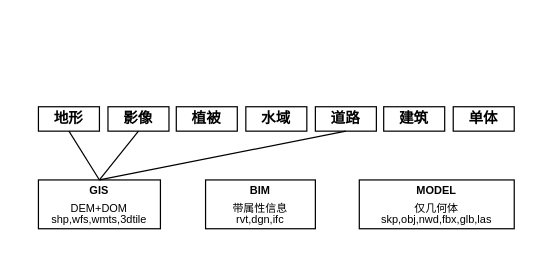
This is 未命名绘图.drawio from Elden-Niu/personal, a draw.io file, before an edit. Source tidied: cells renumbered, new cells numbered last; positions are measured from the earlier drawing's top-left corner, leaving out a move shared by most shapes. Both pictures are drawn from the tidied source at 122%, with x=0, y=0 at pixel (38, 106).
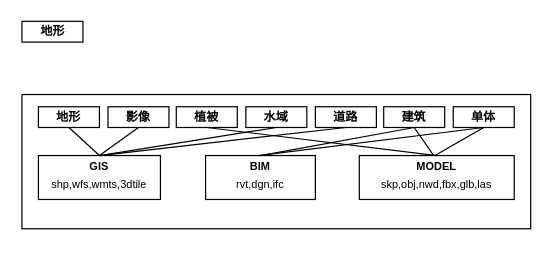
The same page after the edit.

Commit message (it also covers changes not shown here):
更新未命名绘图.drawio

Change to the diagram source:
```diff
@@
+    <mxCell id="15" style="rounded=0;whiteSpace=wrap;html=1;" parent="1" vertex="1">
+      <mxGeometry x="-13.5" y="-10" width="417" height="110" as="geometry" />
+    </mxCell>
-    <mxCell id="2" value="&lt;h1 style=&quot;margin-top: 0px; font-size: 9px; line-height: 100%;&quot;&gt;BIM&lt;/h1&gt;&lt;div style=&quot;font-size: 9px; line-height: 100%;&quot;&gt;&lt;font style=&quot;font-size: 9px;&quot;&gt;带属性信息&lt;/font&gt;&lt;/div&gt;&lt;div style=&quot;font-size: 9px; line-height: 100%;&quot;&gt;&lt;font style=&quot;font-size: 9px;&quot;&gt;rvt,dgn,ifc&lt;/font&gt;&lt;/div&gt;" style="text;html=1;whiteSpace=wrap;overflow=hidden;rounded=0;align=center;strokeColor=default;fillColor=none;fontSize=9;spacing=0;" parent="1" vertex="1">
-      <mxGeometry x="137" y="60" width="90" height="40" as="geometry" />
+    <mxCell id="2" value="&lt;h1 style=&quot;margin-top: 0px; font-size: 9px; line-height: 100%;&quot;&gt;BIM&lt;/h1&gt;&lt;div style=&quot;font-size: 9px; line-height: 100%;&quot;&gt;&lt;font style=&quot;font-size: 9px;&quot;&gt;rvt,dgn,ifc&lt;/font&gt;&lt;/div&gt;" style="text;html=1;whiteSpace=wrap;overflow=hidden;rounded=0;align=center;strokeColor=default;fillColor=none;fontSize=9;spacing=0;" parent="1" vertex="1">
+      <mxGeometry x="137" y="40" width="90" height="36" as="geometry" />
     </mxCell>
-    <mxCell id="3" value="&lt;h1 style=&quot;margin-top: 0px; font-size: 9px; line-height: 100%;&quot;&gt;MODEL&lt;/h1&gt;&lt;div style=&quot;font-size: 9px; line-height: 100%;&quot;&gt;&lt;font style=&quot;font-size: 9px;&quot;&gt;仅几何体&lt;/font&gt;&lt;/div&gt;&lt;div style=&quot;font-size: 9px; line-height: 100%;&quot;&gt;&lt;font style=&quot;font-size: 9px;&quot;&gt;skp,obj,nwd,fbx,glb,las&lt;/font&gt;&lt;/div&gt;" style="text;html=1;whiteSpace=wrap;overflow=hidden;rounded=0;align=center;strokeColor=default;fillColor=none;fontSize=9;spacing=0;" parent="1" vertex="1">
-      <mxGeometry x="263" y="60" width="127" height="40" as="geometry" />
+    <mxCell id="3" value="&lt;h1 style=&quot;margin-top: 0px; font-size: 9px; line-height: 100%;&quot;&gt;MODEL&lt;/h1&gt;&lt;div style=&quot;font-size: 9px; line-height: 100%;&quot;&gt;&lt;font style=&quot;font-size: 9px;&quot;&gt;skp,obj,nwd,fbx,glb,las&lt;/font&gt;&lt;/div&gt;" style="text;html=1;whiteSpace=wrap;overflow=hidden;rounded=0;align=center;strokeColor=default;fillColor=none;fontSize=9;spacing=0;" parent="1" vertex="1">
+      <mxGeometry x="263" y="40" width="127" height="36" as="geometry" />
     </mxCell>
-    <mxCell id="4" value="&lt;h1 style=&quot;margin-top: 0px; line-height: 100%; font-size: 9px;&quot;&gt;GIS&lt;/h1&gt;&lt;div style=&quot;font-size: 9px; line-height: 100%;&quot;&gt;&lt;span style=&quot;font-size: 9px;&quot;&gt;DEM+DOM&lt;/span&gt;&lt;/div&gt;&lt;div style=&quot;font-size: 9px; line-height: 100%;&quot;&gt;&lt;span style=&quot;font-size: 9px;&quot;&gt;shp,wfs,wmts,3dtile&lt;/span&gt;&lt;/div&gt;" style="text;html=1;whiteSpace=wrap;overflow=hidden;rounded=0;align=center;strokeColor=default;fillColor=none;fontSize=9;spacing=0;" parent="1" vertex="1">
-      <mxGeometry y="60" width="100" height="40" as="geometry" />
+    <mxCell id="4" value="&lt;h1 style=&quot;margin-top: 0px; line-height: 100%; font-size: 9px;&quot;&gt;GIS&lt;/h1&gt;&lt;div style=&quot;font-size: 9px; line-height: 100%;&quot;&gt;&lt;span style=&quot;font-size: 9px;&quot;&gt;shp,wfs,wmts,3dtile&lt;/span&gt;&lt;/div&gt;" style="text;html=1;whiteSpace=wrap;overflow=hidden;rounded=0;align=center;strokeColor=default;fillColor=none;fontSize=9;spacing=0;" parent="1" vertex="1">
+      <mxGeometry y="40" width="100" height="36" as="geometry" />
     </mxCell>
-    <mxCell id="5" value="&lt;h1 style=&quot;margin-top: 0px; font-size: 12px;&quot;&gt;地形&lt;/h1&gt;" style="text;html=1;whiteSpace=wrap;overflow=hidden;rounded=0;align=center;strokeColor=default;fillColor=none;fontSize=12;labelPosition=center;verticalLabelPosition=middle;verticalAlign=middle;flipH=1;" parent="1" vertex="1">
-      <mxGeometry width="50" height="20" as="geometry" />
+    <mxCell id="5" value="&lt;h1 style=&quot;margin-top: 0px; font-size: 10px;&quot;&gt;地形&lt;/h1&gt;" style="text;html=1;whiteSpace=wrap;overflow=hidden;rounded=0;align=center;strokeColor=default;fillColor=none;fontSize=10;labelPosition=center;verticalLabelPosition=middle;verticalAlign=middle;flipH=1;" parent="1" vertex="1">
+      <mxGeometry width="50" height="17" as="geometry" />
     </mxCell>
-    <mxCell id="6" value="&lt;h1 style=&quot;margin-top: 0px; font-size: 12px;&quot;&gt;影像&lt;/h1&gt;" style="text;html=1;whiteSpace=wrap;overflow=hidden;rounded=0;align=center;strokeColor=default;fillColor=none;fontSize=12;labelPosition=center;verticalLabelPosition=middle;verticalAlign=middle;flipH=1;" parent="1" vertex="1">
-      <mxGeometry x="57" width="50" height="20" as="geometry" />
+    <mxCell id="6" value="&lt;h1 style=&quot;margin-top: 0px; font-size: 10px;&quot;&gt;影像&lt;/h1&gt;" style="text;html=1;whiteSpace=wrap;overflow=hidden;rounded=0;align=center;strokeColor=default;fillColor=none;fontSize=10;labelPosition=center;verticalLabelPosition=middle;verticalAlign=middle;flipH=1;" parent="1" vertex="1">
+      <mxGeometry x="57" width="50" height="17" as="geometry" />
     </mxCell>
-    <mxCell id="7" value="&lt;h1 style=&quot;margin-top: 0px; font-size: 12px;&quot;&gt;道路&lt;/h1&gt;" style="text;html=1;whiteSpace=wrap;overflow=hidden;rounded=0;align=center;strokeColor=default;fillColor=none;fontSize=12;labelPosition=center;verticalLabelPosition=middle;verticalAlign=middle;flipH=1;" parent="1" vertex="1">
-      <mxGeometry x="227" width="50" height="20" as="geometry" />
+    <mxCell id="7" value="&lt;h1 style=&quot;margin-top: 0px; font-size: 10px;&quot;&gt;道路&lt;/h1&gt;" style="text;html=1;whiteSpace=wrap;overflow=hidden;rounded=0;align=center;strokeColor=default;fillColor=none;fontSize=10;labelPosition=center;verticalLabelPosition=middle;verticalAlign=middle;flipH=1;" parent="1" vertex="1">
+      <mxGeometry x="227" width="50" height="17" as="geometry" />
     </mxCell>
-    <mxCell id="8" value="&lt;h1 style=&quot;margin-top: 0px; font-size: 12px;&quot;&gt;水域&lt;/h1&gt;" style="text;html=1;whiteSpace=wrap;overflow=hidden;rounded=0;align=center;strokeColor=default;fillColor=none;fontSize=12;labelPosition=center;verticalLabelPosition=middle;verticalAlign=middle;flipH=1;" parent="1" vertex="1">
-      <mxGeometry x="170" width="50" height="20" as="geometry" />
+    <mxCell id="8" value="&lt;h1 style=&quot;margin-top: 0px; font-size: 10px;&quot;&gt;水域&lt;/h1&gt;" style="text;html=1;whiteSpace=wrap;overflow=hidden;rounded=0;align=center;strokeColor=default;fillColor=none;fontSize=10;labelPosition=center;verticalLabelPosition=middle;verticalAlign=middle;flipH=1;" parent="1" vertex="1">
+      <mxGeometry x="170" width="50" height="17" as="geometry" />
     </mxCell>
-    <mxCell id="9" value="&lt;h1 style=&quot;margin-top: 0px; font-size: 12px;&quot;&gt;植被&lt;/h1&gt;" style="text;html=1;whiteSpace=wrap;overflow=hidden;rounded=0;align=center;strokeColor=default;fillColor=none;fontSize=12;labelPosition=center;verticalLabelPosition=middle;verticalAlign=middle;flipH=1;" parent="1" vertex="1">
-      <mxGeometry x="113" width="50" height="20" as="geometry" />
+    <mxCell id="9" value="&lt;h1 style=&quot;margin-top: 0px; font-size: 10px;&quot;&gt;植被&lt;/h1&gt;" style="text;html=1;whiteSpace=wrap;overflow=hidden;rounded=0;align=center;strokeColor=default;fillColor=none;fontSize=10;labelPosition=center;verticalLabelPosition=middle;verticalAlign=middle;flipH=1;" parent="1" vertex="1">
+      <mxGeometry x="113" width="50" height="17" as="geometry" />
     </mxCell>
-    <mxCell id="10" value="&lt;h1 style=&quot;margin-top: 0px; font-size: 12px;&quot;&gt;建筑&lt;/h1&gt;" style="text;html=1;whiteSpace=wrap;overflow=hidden;rounded=0;align=center;strokeColor=default;fillColor=none;fontSize=12;labelPosition=center;verticalLabelPosition=middle;verticalAlign=middle;flipH=1;" parent="1" vertex="1">
-      <mxGeometry x="283" width="50" height="20" as="geometry" />
+    <mxCell id="10" value="&lt;h1 style=&quot;margin-top: 0px; font-size: 10px;&quot;&gt;建筑&lt;/h1&gt;" style="text;html=1;whiteSpace=wrap;overflow=hidden;rounded=0;align=center;strokeColor=default;fillColor=none;fontSize=10;labelPosition=center;verticalLabelPosition=middle;verticalAlign=middle;flipH=1;" parent="1" vertex="1">
+      <mxGeometry x="283" width="50" height="17" as="geometry" />
     </mxCell>
-    <mxCell id="11" value="&lt;h1 style=&quot;margin-top: 0px; font-size: 12px;&quot;&gt;单体&lt;/h1&gt;" style="text;html=1;whiteSpace=wrap;overflow=hidden;rounded=0;align=center;strokeColor=default;fillColor=none;fontSize=12;labelPosition=center;verticalLabelPosition=middle;verticalAlign=middle;flipH=1;" parent="1" vertex="1">
-      <mxGeometry x="340" width="50" height="20" as="geometry" />
+    <mxCell id="11" value="&lt;h1 style=&quot;margin-top: 0px; font-size: 10px;&quot;&gt;单体&lt;/h1&gt;" style="text;html=1;whiteSpace=wrap;overflow=hidden;rounded=0;align=center;strokeColor=default;fillColor=none;fontSize=10;labelPosition=center;verticalLabelPosition=middle;verticalAlign=middle;flipH=1;" parent="1" vertex="1">
+      <mxGeometry x="340" width="50" height="17" as="geometry" />
     </mxCell>
     <mxCell id="12" style="endArrow=none;html=1;rounded=0;entryX=0.5;entryY=1;entryDx=0;entryDy=0;" parent="1" edge="1" target="5">
       <mxGeometry relative="1" as="geometry">
-        <mxPoint x="50" y="60" as="sourcePoint" />
+        <mxPoint x="50" y="40" as="sourcePoint" />
       </mxGeometry>
     </mxCell>
@@
+    <mxCell id="16" style="endArrow=none;html=1;rounded=0;entryX=0.5;entryY=1;entryDx=0;entryDy=0;exitX=0.5;exitY=0;exitDx=0;exitDy=0;" parent="1" edge="1" target="11">
+      <mxGeometry relative="1" as="geometry">
+        <mxPoint x="180" y="40" as="sourcePoint" />
+      </mxGeometry>
+    </mxCell>
+    <mxCell id="17" style="endArrow=none;html=1;rounded=0;entryX=0.5;entryY=1;entryDx=0;entryDy=0;exitX=0.5;exitY=0;exitDx=0;exitDy=0;" parent="1" edge="1" source="2" target="10">
+      <mxGeometry relative="1" as="geometry" />
+    </mxCell>
+    <mxCell id="18" style="endArrow=none;html=1;rounded=0;entryX=0.5;entryY=1;entryDx=0;entryDy=0;exitX=0.5;exitY=0;exitDx=0;exitDy=0;" parent="1" edge="1" target="8">
+      <mxGeometry relative="1" as="geometry">
+        <mxPoint x="50" y="40" as="sourcePoint" />
+      </mxGeometry>
+    </mxCell>
+    <mxCell id="19" style="endArrow=none;html=1;rounded=0;entryX=0.5;entryY=1;entryDx=0;entryDy=0;exitX=0.5;exitY=0;exitDx=0;exitDy=0;" parent="1" edge="1" source="3" target="9">
+      <mxGeometry relative="1" as="geometry" />
+    </mxCell>
+    <mxCell id="20" style="endArrow=none;html=1;rounded=0;entryX=0.5;entryY=1;entryDx=0;entryDy=0;exitX=0.5;exitY=0;exitDx=0;exitDy=0;" parent="1" edge="1" target="11">
+      <mxGeometry relative="1" as="geometry">
+        <mxPoint x="325" y="40" as="sourcePoint" />
+      </mxGeometry>
+    </mxCell>
+    <mxCell id="21" style="endArrow=none;html=1;rounded=0;entryX=0.5;entryY=1;entryDx=0;entryDy=0;exitX=0.5;exitY=0;exitDx=0;exitDy=0;" parent="1" edge="1" target="10">
+      <mxGeometry relative="1" as="geometry">
+        <mxPoint x="324" y="40" as="sourcePoint" />
+      </mxGeometry>
+    </mxCell>
+    <mxCell id="22" value="&lt;h1 style=&quot;margin-top: 0px; font-size: 10px;&quot;&gt;地形&lt;/h1&gt;" style="text;html=1;whiteSpace=wrap;overflow=hidden;rounded=0;align=center;strokeColor=default;fillColor=none;fontSize=10;labelPosition=center;verticalLabelPosition=middle;verticalAlign=middle;flipH=1;" parent="1" vertex="1">
+      <mxGeometry x="-13.5" y="-70" width="50" height="17" as="geometry" />
+    </mxCell>
```
